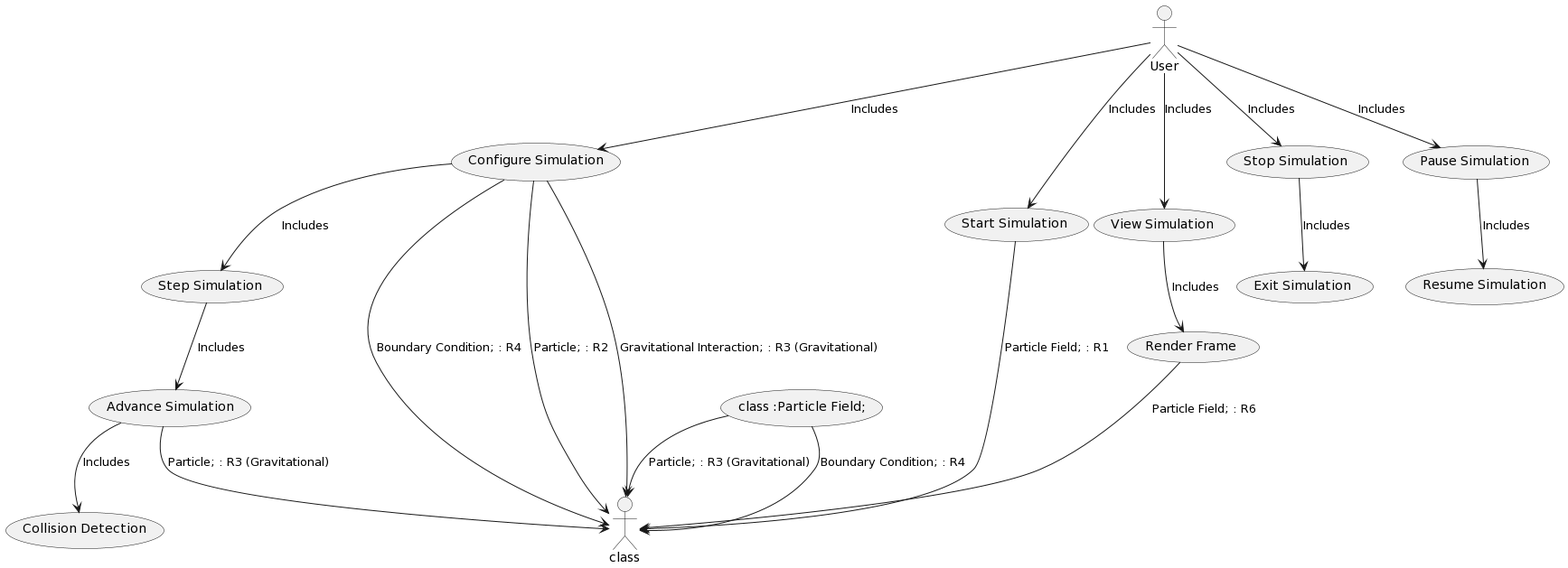
programming-formalisms/programming_formalisms_example_project keeps this PlantUML diagram as usecase_model.png. Above is the earlier version. Its diagram source:
```plantuml
@startuml
!define PARTICLE_FIELD class :Particle Field;
!define PARTICLE class :Particle;
!define GRAVITY class :Gravitational Interaction;
!define BOUNDARY class :Boundary Condition;

:User: -down-> (Start Simulation) : Includes
:User: -down-> (Stop Simulation) : Includes
:User: -down-> (Pause Simulation) : Includes
:User: -down-> (Configure Simulation) : Includes
:User: -down-> (View Simulation) : Includes
(Start Simulation) -down-> PARTICLE_FIELD : R1
(Configure Simulation) -down-> PARTICLE : R2
(Configure Simulation) -down-> GRAVITY : R3 (Gravitational)
(Configure Simulation) -down-> BOUNDARY : R4
(Configure Simulation) -down-> (Step Simulation) : Includes
(Pause Simulation) -down-> (Resume Simulation) : Includes
(Step Simulation) -down-> (Advance Simulation) : Includes
(Advance Simulation) -down-> PARTICLE : R3 (Gravitational)
(Advance Simulation) -down-> (Collision Detection) : Includes
(Stop Simulation) -down-> (Exit Simulation) : Includes
(View Simulation) -down-> (Render Frame) : Includes
(Render Frame) -down-> PARTICLE_FIELD : R6
(PARTICLE_FIELD) -down-> PARTICLE : R3 (Gravitational)
(PARTICLE_FIELD) -down-> BOUNDARY : R4
@enduml
```
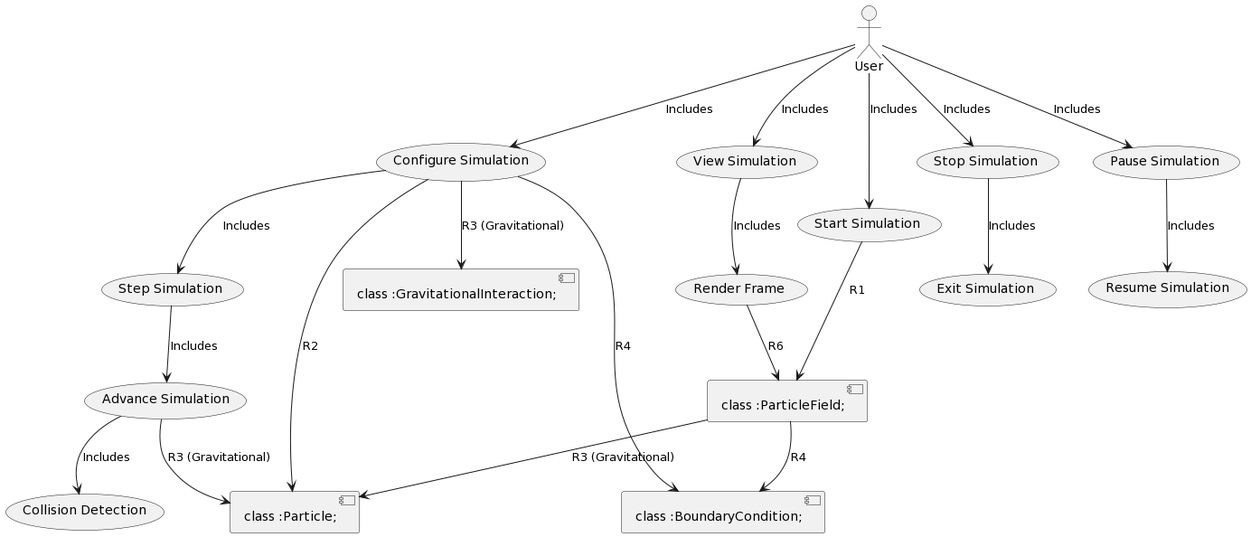
After the commit.

The edit, as a diff of the source:
```diff
@@ -1,26 +1,26 @@
 @startuml
-!define PARTICLE_FIELD class :Particle Field;
+!define PARTICLE_FIELD class :ParticleField;
 !define PARTICLE class :Particle;
-!define GRAVITY class :Gravitational Interaction;
-!define BOUNDARY class :Boundary Condition;
+!define GRAVITY class :GravitationalInteraction;
+!define BOUNDARY class :BoundaryCondition;
 
 :User: -down-> (Start Simulation) : Includes
 :User: -down-> (Stop Simulation) : Includes
 :User: -down-> (Pause Simulation) : Includes
 :User: -down-> (Configure Simulation) : Includes
 :User: -down-> (View Simulation) : Includes
-(Start Simulation) -down-> PARTICLE_FIELD : R1
-(Configure Simulation) -down-> PARTICLE : R2
-(Configure Simulation) -down-> GRAVITY : R3 (Gravitational)
-(Configure Simulation) -down-> BOUNDARY : R4
+(Start Simulation) -down-> [PARTICLE_FIELD] : R1
+(Configure Simulation) -down-> [PARTICLE] : R2
+(Configure Simulation) -down-> [GRAVITY] : R3 (Gravitational)
+(Configure Simulation) -down-> [BOUNDARY] : R4
 (Configure Simulation) -down-> (Step Simulation) : Includes
 (Pause Simulation) -down-> (Resume Simulation) : Includes
 (Step Simulation) -down-> (Advance Simulation) : Includes
-(Advance Simulation) -down-> PARTICLE : R3 (Gravitational)
+(Advance Simulation) -down-> [PARTICLE] : R3 (Gravitational)
 (Advance Simulation) -down-> (Collision Detection) : Includes
 (Stop Simulation) -down-> (Exit Simulation) : Includes
 (View Simulation) -down-> (Render Frame) : Includes
-(Render Frame) -down-> PARTICLE_FIELD : R6
-(PARTICLE_FIELD) -down-> PARTICLE : R3 (Gravitational)
-(PARTICLE_FIELD) -down-> BOUNDARY : R4
+(Render Frame) -down-> [PARTICLE_FIELD] : R6
+(PARTICLE_FIELD) -down-> [PARTICLE] : R3 (Gravitational)
+(PARTICLE_FIELD) -down-> [BOUNDARY] : R4
 @enduml
```
